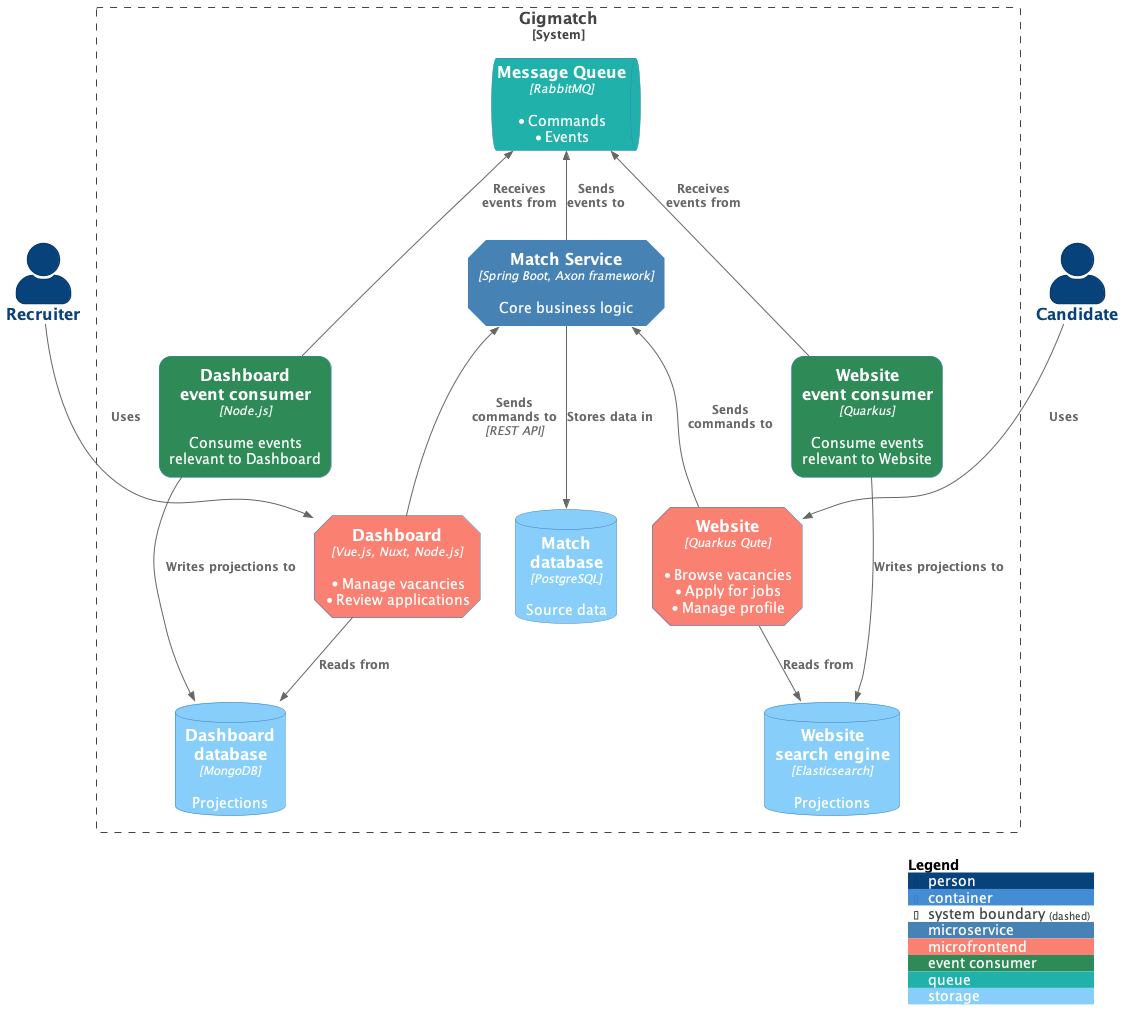
The PlantUML diagram diagrams/overview.png in laurens-runnable/gigmatch, before a commit.
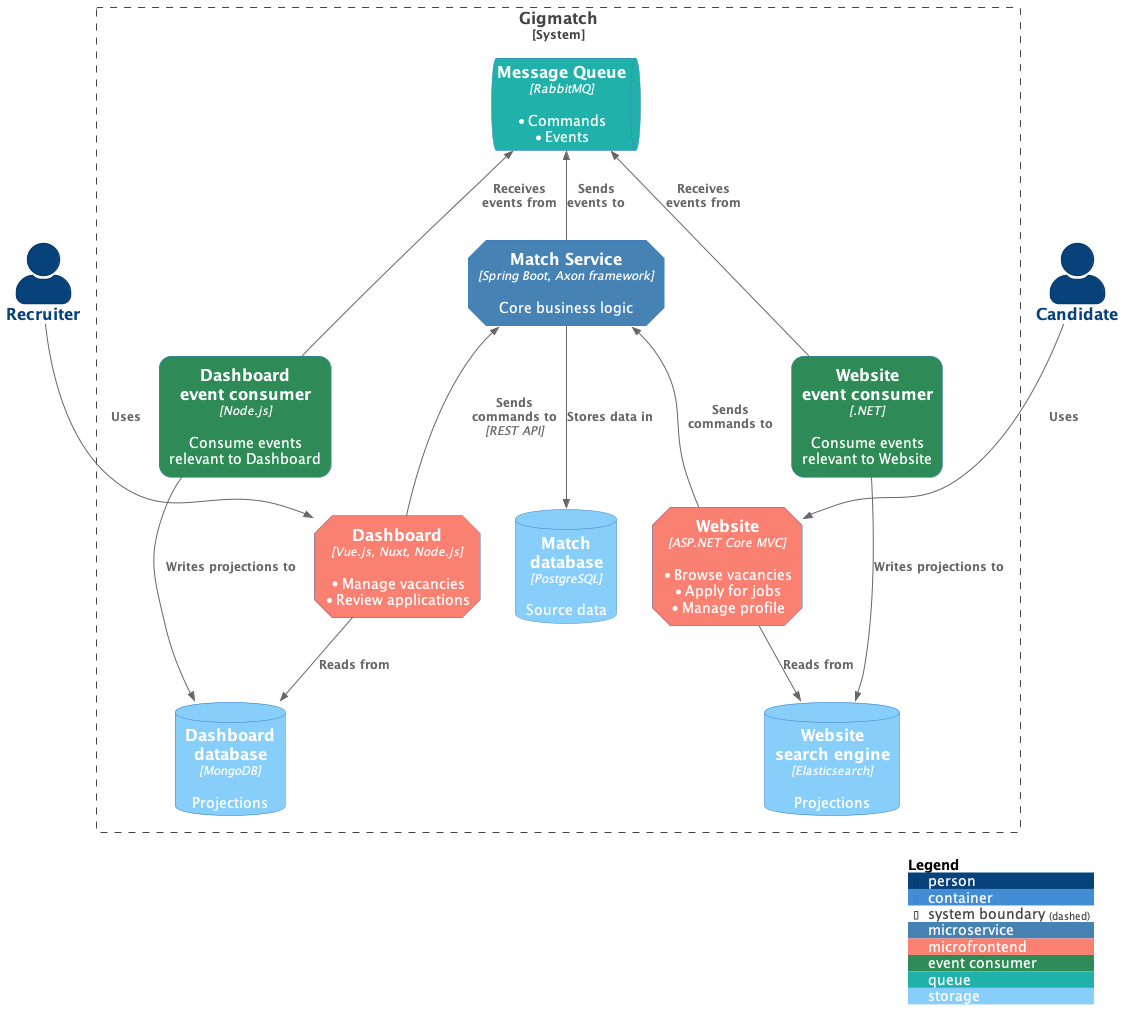
After the change.

Change to the diagram source:
```diff
@@ -23,8 +23,8 @@
     Container(match_service, "Match Service", "Spring Boot, Axon framework", "Core business logic", $tags = "microservice")
     ContainerDb(match_db, "Match\ndatabase", "PostgreSQL", "Source data", $tags = "storage")
 
-    Container(website_consumer, "Website\nevent consumer", "Quarkus", "Consume events\nrelevant to Website", $tags = "consumer")
-    Container(website, "Website", "Quarkus Qute", "* Browse vacancies\n*Apply for jobs\n* Manage profile", $tags = "microfrontend")
+    Container(website_consumer, "Website\nevent consumer", ".NET", "Consume events\nrelevant to Website", $tags = "consumer")
+    Container(website, "Website", "ASP.NET Core MVC", "* Browse vacancies\n*Apply for jobs\n* Manage profile", $tags = "microfrontend")
     ContainerDb(vacancy_search_engine, "Website\nsearch engine", "Elasticsearch", "Projections", $tags = "storage")
 }
 
```
